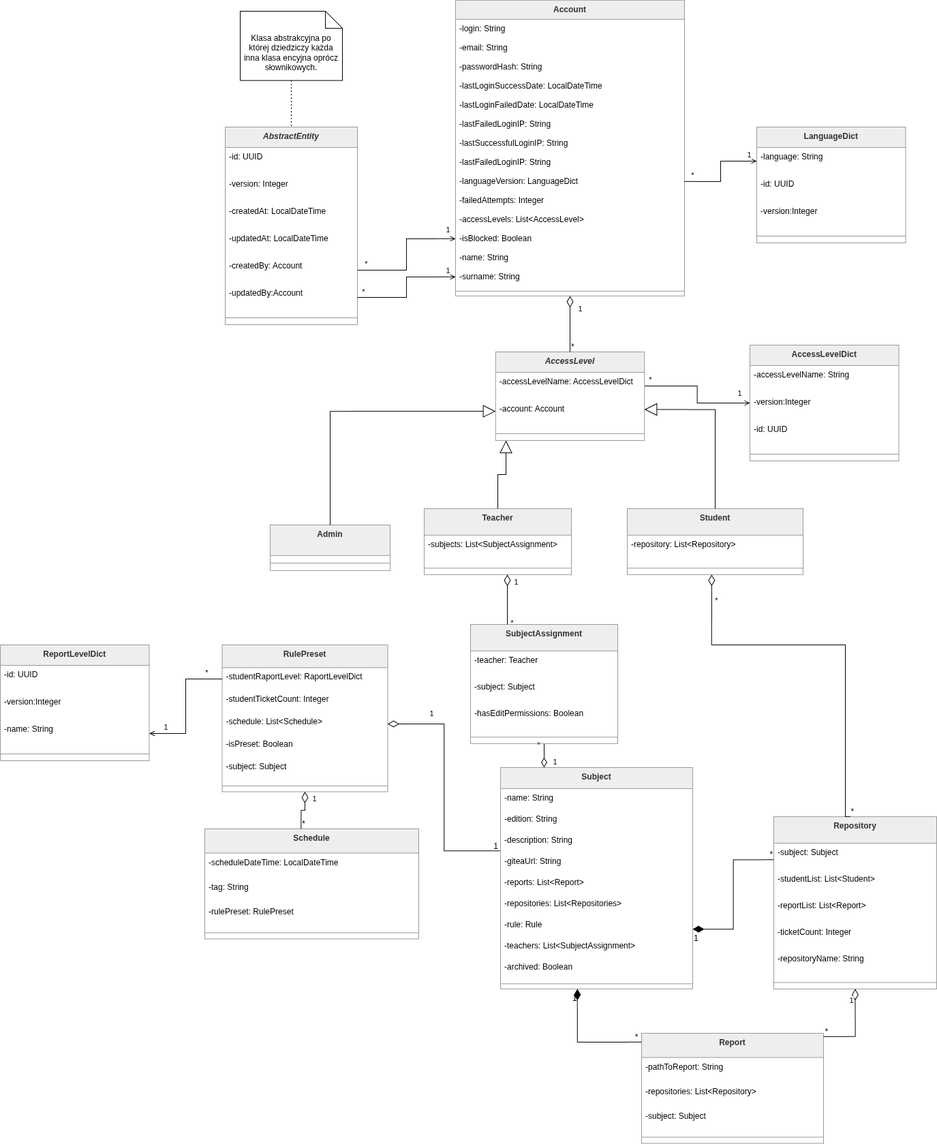
Above: ssbd/1wstepny/img/Domain_UML.png in jkozlowsky/antiplagiarism-system (draw.io), before the change. Source tidied: cells renumbered, new cells last; positions are measured from the earlier drawing's top-left corner, leaving out a move shared by most shapes.
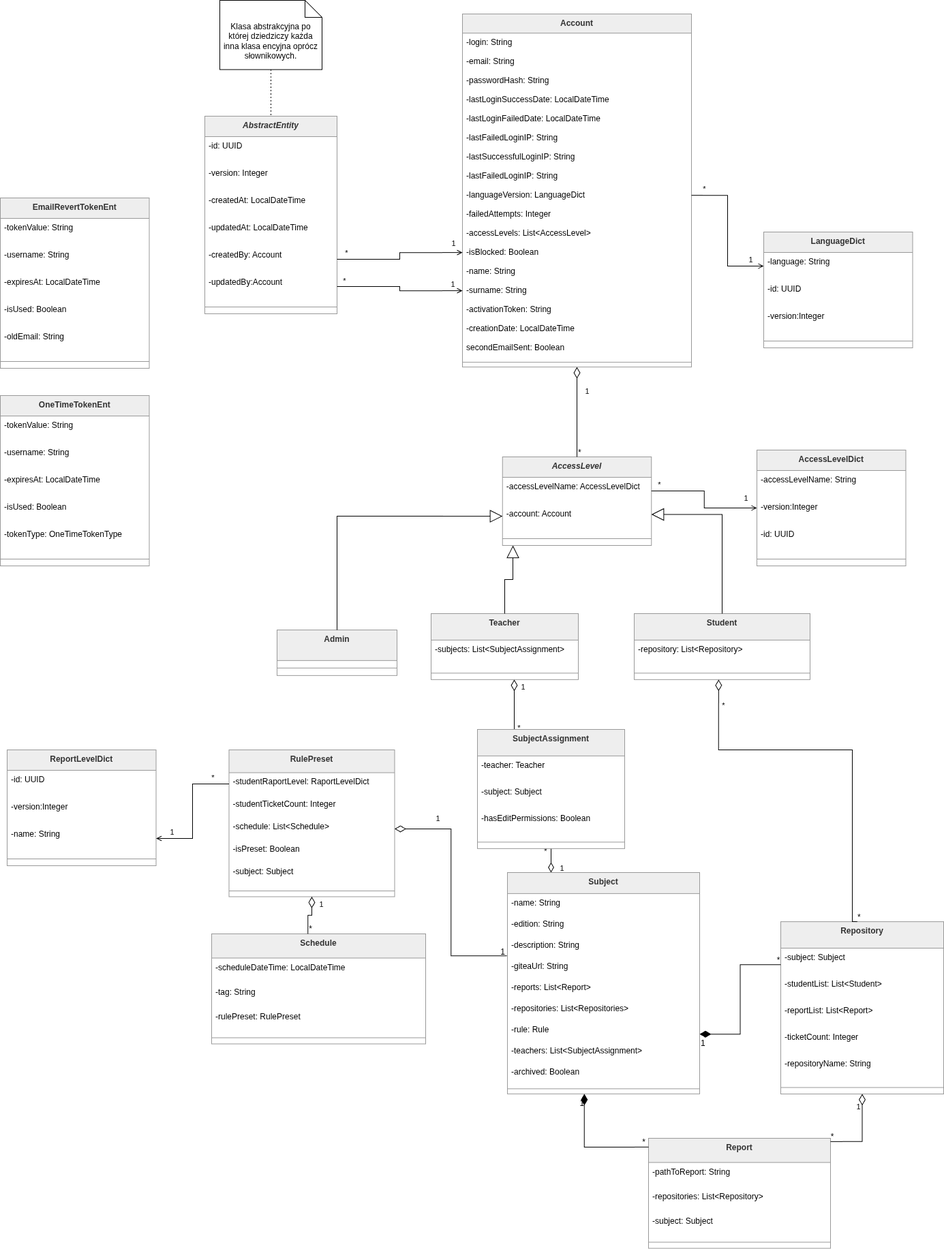
Later version of the same file.

Commit message:
SSBD: 16 aktualizacja rozdziału 6 #49

Change to the diagram source:
```diff
@@ -3,7 +3,7 @@
     <mxCell id="0" />
     <mxCell id="1" parent="0" />
     <mxCell id="2" value="AbstractEntity" style="swimlane;fontStyle=3;align=center;verticalAlign=top;horizontal=1;startSize=30;fillColor=light-dark(#eeeeee,#1f2020);strokeColor=light-dark(#999999,#cccccc);fontColor=light-dark(#333333,#cccccc);" parent="1" vertex="1">
-      <mxGeometry x="330" y="186" width="194" height="290" as="geometry" />
+      <mxGeometry x="290" y="16" width="194" height="290" as="geometry" />
     </mxCell>
     <mxCell id="3" value="-id: UUID" style="text;strokeColor=none;fillColor=none;align=left;verticalAlign=top;spacingLeft=4;spacingRight=4;overflow=hidden;" parent="2" vertex="1">
       <mxGeometry y="30" width="194" height="40" as="geometry" />
@@ -27,7 +27,7 @@
       <mxGeometry y="270" width="194" height="20" as="geometry" />
     </mxCell>
     <mxCell id="10" value="Account" style="swimlane;fontStyle=1;align=center;verticalAlign=top;horizontal=1;startSize=28.16;fillColor=light-dark(#eeeeee,#1f2020);strokeColor=light-dark(#999999,#cccccc);fontColor=light-dark(#333333,#cccccc);" parent="1" vertex="1">
-      <mxGeometry x="668" y="-0.3" width="336" height="434.2" as="geometry" />
+      <mxGeometry x="668" y="-134" width="336" height="518.2" as="geometry" />
     </mxCell>
     <mxCell id="11" value="-login: String" style="text;strokeColor=none;fillColor=none;align=left;verticalAlign=top;spacingLeft=4;spacingRight=4;overflow=hidden;" parent="10" vertex="1">
       <mxGeometry y="28.2" width="336" height="28" as="geometry" />
@@ -71,8 +71,17 @@
     <mxCell id="24" value="-surname: String" style="text;strokeColor=none;fillColor=none;align=left;verticalAlign=top;spacingLeft=4;spacingRight=4;overflow=hidden;points=[[0,0.5],[1,0.5]];portConstraint=eastwest;" parent="10" vertex="1">
       <mxGeometry y="392.2" width="336" height="28" as="geometry" />
     </mxCell>
+    <mxCell id="140" value="-activationToken: String" style="text;strokeColor=none;fillColor=none;align=left;verticalAlign=top;spacingLeft=4;spacingRight=4;overflow=hidden;" parent="10" vertex="1">
+      <mxGeometry y="420.2" width="336" height="28" as="geometry" />
+    </mxCell>
+    <mxCell id="141" value="-creationDate: LocalDateTime" style="text;strokeColor=none;fillColor=none;align=left;verticalAlign=top;spacingLeft=4;spacingRight=4;overflow=hidden;" parent="10" vertex="1">
+      <mxGeometry y="448.2" width="336" height="28" as="geometry" />
+    </mxCell>
+    <mxCell id="142" value="secondEmailSent: Boolean" style="text;strokeColor=none;fillColor=none;align=left;verticalAlign=top;spacingLeft=4;spacingRight=4;overflow=hidden;" parent="10" vertex="1">
+      <mxGeometry y="476.2" width="336" height="28" as="geometry" />
+    </mxCell>
     <mxCell id="25" style="line;strokeWidth=1;fillColor=none;align=left;verticalAlign=middle;spacingTop=-1;spacingLeft=3;spacingRight=3;labelPosition=right;strokeColor=inherit;" parent="10" vertex="1">
-      <mxGeometry y="420.2" width="336" height="14" as="geometry" />
+      <mxGeometry y="504.2" width="336" height="14" as="geometry" />
     </mxCell>
     <mxCell id="26" value="AccessLevel" style="swimlane;fontStyle=3;align=center;verticalAlign=top;horizontal=1;startSize=30;fillColor=light-dark(#eeeeee,#1f2020);strokeColor=light-dark(#999999,#cccccc);fontColor=light-dark(#333333,#cccccc);" parent="1" vertex="1">
       <mxGeometry x="726.8" y="516" width="218.5" height="130" as="geometry" />
@@ -346,7 +355,7 @@
       </mxGeometry>
     </mxCell>
     <mxCell id="104" value="Klasa abstrakcyjna po której dziedziczy każda inna klasa encyjna oprócz słownikowych." style="shape=note2;boundedLbl=1;whiteSpace=wrap;html=1;size=25;verticalAlign=top;align=center;" parent="1" vertex="1">
-      <mxGeometry x="352" y="16" width="150" height="101.6" as="geometry" />
+      <mxGeometry x="312" y="-154" width="150" height="101.6" as="geometry" />
     </mxCell>
     <mxCell id="105" value="SubjectAssignment" style="swimlane;fontStyle=1;align=center;verticalAlign=top;horizontal=1;startSize=38.857142857142854;fillColor=light-dark(#eeeeee,#1f2020);strokeColor=light-dark(#999999,#cccccc);fontColor=light-dark(#333333,#cccccc);" parent="1" vertex="1">
       <mxGeometry x="690" y="916" width="216" height="174.9" as="geometry" />
@@ -473,5 +482,47 @@
         <mxPoint y="-7" as="offset" />
       </mxGeometry>
     </mxCell>
+    <mxCell id="143" value="OneTimeTokenEnt" style="swimlane;fontStyle=1;align=center;verticalAlign=top;horizontal=1;startSize=30;fillColor=light-dark(#eeeeee,#1f2020);strokeColor=light-dark(#999999,#cccccc);fontColor=light-dark(#333333,#cccccc);" parent="1" vertex="1">
+      <mxGeometry x="-10" y="426" width="218.5" height="250" as="geometry" />
+    </mxCell>
+    <mxCell id="144" value="-tokenValue: String" style="text;strokeColor=none;fillColor=none;align=left;verticalAlign=top;spacingLeft=4;spacingRight=4;overflow=hidden;" parent="143" vertex="1">
+      <mxGeometry y="30" width="218.5" height="40" as="geometry" />
+    </mxCell>
+    <mxCell id="145" value="-username: String" style="text;strokeColor=none;fillColor=none;align=left;verticalAlign=top;spacingLeft=4;spacingRight=4;overflow=hidden;" parent="143" vertex="1">
+      <mxGeometry y="70" width="218.5" height="40" as="geometry" />
+    </mxCell>
+    <mxCell id="146" value="-expiresAt: LocalDateTime" style="text;strokeColor=none;fillColor=none;align=left;verticalAlign=top;spacingLeft=4;spacingRight=4;overflow=hidden;" parent="143" vertex="1">
+      <mxGeometry y="110" width="218.5" height="40" as="geometry" />
+    </mxCell>
+    <mxCell id="147" value="-isUsed: Boolean" style="text;strokeColor=none;fillColor=none;align=left;verticalAlign=top;spacingLeft=4;spacingRight=4;overflow=hidden;" parent="143" vertex="1">
+      <mxGeometry y="150" width="218.5" height="40" as="geometry" />
+    </mxCell>
+    <mxCell id="148" value="-tokenType: OneTimeTokenType" style="text;strokeColor=none;fillColor=none;align=left;verticalAlign=top;spacingLeft=4;spacingRight=4;overflow=hidden;" parent="143" vertex="1">
+      <mxGeometry y="190" width="218.5" height="40" as="geometry" />
+    </mxCell>
+    <mxCell id="149" style="line;strokeWidth=1;fillColor=none;align=left;verticalAlign=middle;spacingTop=-1;spacingLeft=3;spacingRight=3;labelPosition=right;strokeColor=inherit;" parent="143" vertex="1">
+      <mxGeometry y="230" width="218.5" height="20" as="geometry" />
+    </mxCell>
+    <mxCell id="150" value="EmailRevertTokenEnt" style="swimlane;fontStyle=1;align=center;verticalAlign=top;horizontal=1;startSize=30;fillColor=light-dark(#eeeeee,#1f2020);strokeColor=light-dark(#999999,#cccccc);fontColor=light-dark(#333333,#cccccc);" parent="1" vertex="1">
+      <mxGeometry x="-10" y="136" width="218.5" height="250" as="geometry" />
+    </mxCell>
+    <mxCell id="151" value="-tokenValue: String" style="text;strokeColor=none;fillColor=none;align=left;verticalAlign=top;spacingLeft=4;spacingRight=4;overflow=hidden;" parent="150" vertex="1">
+      <mxGeometry y="30" width="218.5" height="40" as="geometry" />
+    </mxCell>
+    <mxCell id="152" value="-username: String" style="text;strokeColor=none;fillColor=none;align=left;verticalAlign=top;spacingLeft=4;spacingRight=4;overflow=hidden;" parent="150" vertex="1">
+      <mxGeometry y="70" width="218.5" height="40" as="geometry" />
+    </mxCell>
+    <mxCell id="153" value="-expiresAt: LocalDateTime" style="text;strokeColor=none;fillColor=none;align=left;verticalAlign=top;spacingLeft=4;spacingRight=4;overflow=hidden;" parent="150" vertex="1">
+      <mxGeometry y="110" width="218.5" height="40" as="geometry" />
+    </mxCell>
+    <mxCell id="154" value="-isUsed: Boolean" style="text;strokeColor=none;fillColor=none;align=left;verticalAlign=top;spacingLeft=4;spacingRight=4;overflow=hidden;" parent="150" vertex="1">
+      <mxGeometry y="150" width="218.5" height="40" as="geometry" />
+    </mxCell>
+    <mxCell id="155" value="-oldEmail: String" style="text;strokeColor=none;fillColor=none;align=left;verticalAlign=top;spacingLeft=4;spacingRight=4;overflow=hidden;" parent="150" vertex="1">
+      <mxGeometry y="190" width="218.5" height="40" as="geometry" />
+    </mxCell>
+    <mxCell id="156" style="line;strokeWidth=1;fillColor=none;align=left;verticalAlign=middle;spacingTop=-1;spacingLeft=3;spacingRight=3;labelPosition=right;strokeColor=inherit;" parent="150" vertex="1">
+      <mxGeometry y="230" width="218.5" height="20" as="geometry" />
+    </mxCell>
   </root>
 </mxGraphModel>
```
